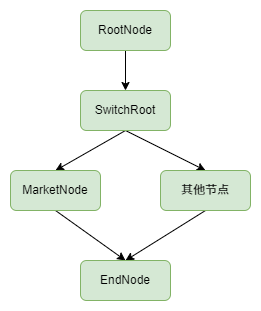
Earlier version of the draw.io export img/规则树示例.png (CatCatchFish/group-buy-market). Source tidied: cells renumbered, new cells last; positions are measured from the earlier drawing's top-left corner, leaving out a move shared by most shapes.
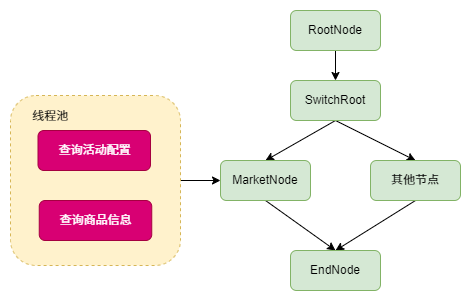
The same diagram one commit later.

Change to the diagram source:
```diff
@@ -6,7 +6,7 @@
       <mxGeometry relative="1" as="geometry" />
     </mxCell>
     <mxCell id="3" value="RootNode" style="rounded=1;whiteSpace=wrap;html=1;fillColor=#d5e8d4;strokeColor=#82b366;" parent="1" vertex="1">
-      <mxGeometry x="70" width="90" height="40" as="geometry" />
+      <mxGeometry x="70" y="10" width="90" height="40" as="geometry" />
     </mxCell>
     <mxCell id="4" style="edgeStyle=none;rounded=0;jettySize=auto;html=1;exitX=0.5;exitY=1;exitDx=0;exitDy=0;entryX=0.5;entryY=0;entryDx=0;entryDy=0;" parent="1" edge="1" source="6" target="8">
       <mxGeometry relative="1" as="geometry" />
@@ -32,5 +32,17 @@
     <mxCell id="11" value="EndNode" style="rounded=1;whiteSpace=wrap;html=1;fillColor=#d5e8d4;strokeColor=#82b366;" parent="1" vertex="1">
       <mxGeometry x="70" y="250" width="90" height="40" as="geometry" />
     </mxCell>
+    <mxCell id="12" style="edgeStyle=orthogonalEdgeStyle;rounded=0;jettySize=auto;html=1;" parent="1" edge="1" source="13" target="8">
+      <mxGeometry relative="1" as="geometry" />
+    </mxCell>
+    <mxCell id="13" value="线程池&amp;nbsp; &amp;nbsp; &amp;nbsp; &amp;nbsp; &amp;nbsp; &amp;nbsp; &amp;nbsp; &amp;nbsp; &amp;nbsp; &amp;nbsp; &amp;nbsp; &amp;nbsp; &amp;nbsp; &amp;nbsp;&lt;div&gt;&lt;br&gt;&lt;/div&gt;&lt;div&gt;&lt;br&gt;&lt;/div&gt;&lt;div&gt;&lt;br&gt;&lt;/div&gt;&lt;div&gt;&lt;br&gt;&lt;/div&gt;&lt;div&gt;&lt;br&gt;&lt;/div&gt;&lt;div&gt;&lt;br&gt;&lt;/div&gt;&lt;div&gt;&lt;br&gt;&lt;/div&gt;&lt;div&gt;&lt;br&gt;&lt;/div&gt;&lt;div&gt;&lt;br&gt;&lt;/div&gt;" style="rounded=1;whiteSpace=wrap;html=1;fillColor=#fff2cc;strokeColor=#d6b656;dashed=1;" parent="1" vertex="1">
+      <mxGeometry x="-210" y="95" width="170" height="170" as="geometry" />
+    </mxCell>
+    <mxCell id="14" value="查询活动配置" style="rounded=1;whiteSpace=wrap;html=1;fillColor=#d80073;fontColor=#ffffff;strokeColor=#A50040;" parent="1" vertex="1">
+      <mxGeometry x="-182.5" y="130" width="112.5" height="40" as="geometry" />
+    </mxCell>
+    <mxCell id="15" value="查询商品信息" style="rounded=1;whiteSpace=wrap;html=1;fillColor=#d80073;fontColor=#ffffff;strokeColor=#A50040;" parent="1" vertex="1">
+      <mxGeometry x="-181.2" y="200" width="112.5" height="40" as="geometry" />
+    </mxCell>
   </root>
 </mxGraphModel>
```
